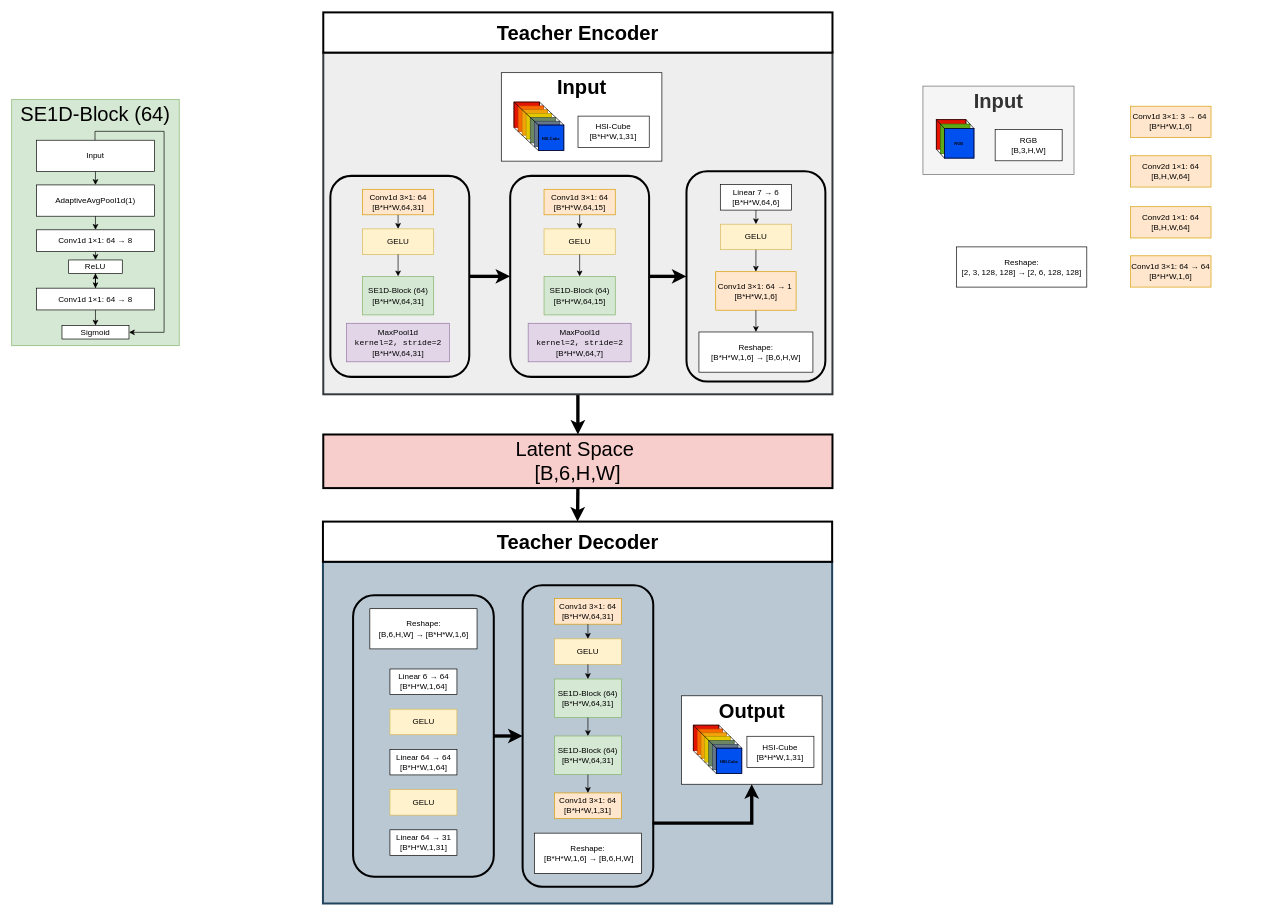
Kevb-source/diagramms.net keeps this draw.io diagram as HYDRA_v1.drawio. Above is the earlier version. Source tidied: cells renumbered, new cells numbered last; positions are measured from the earlier drawing's top-left corner, leaving out a move shared by most shapes. Both pictures are drawn from the tidied source at 67%, with x=0, y=0 at pixel (11, 12).
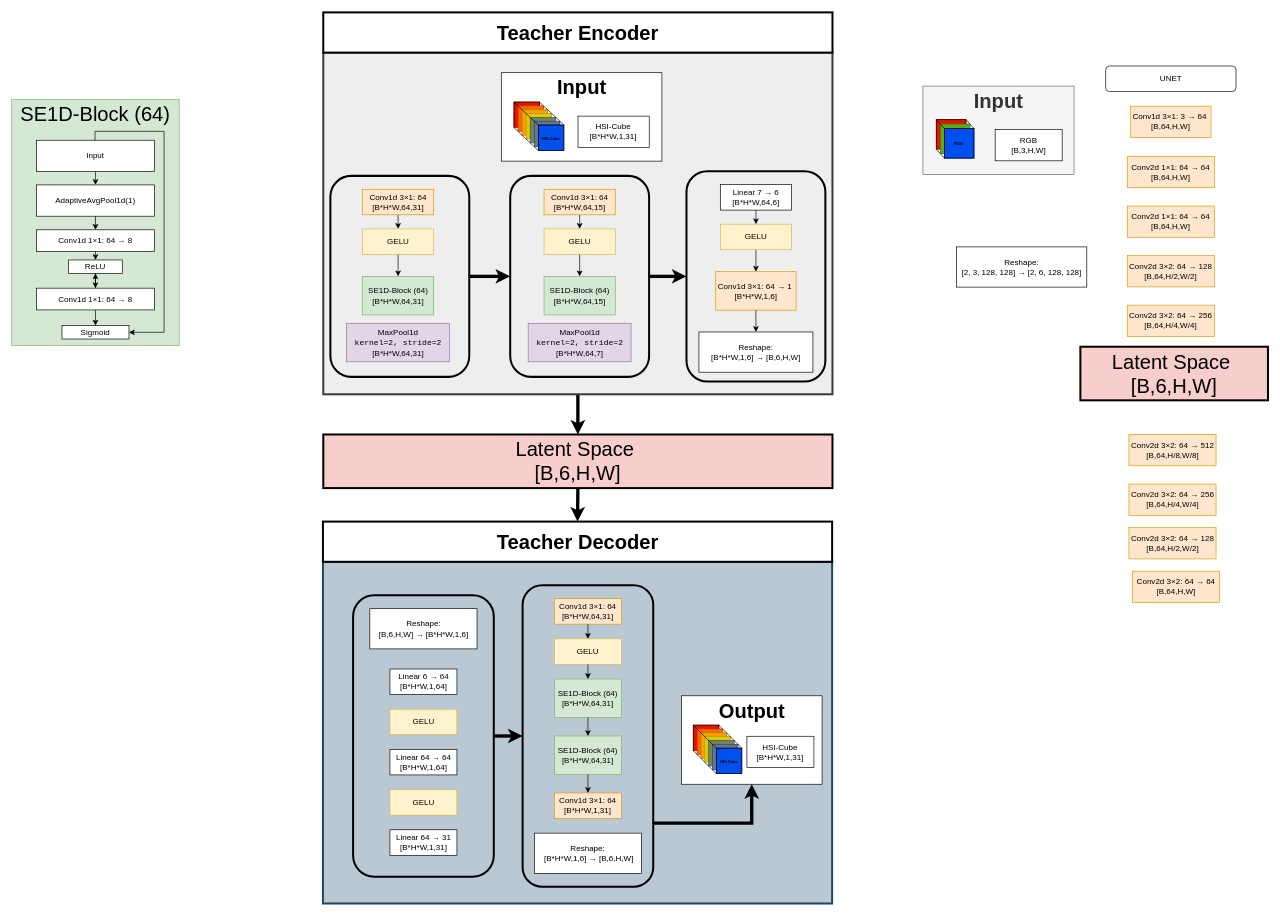
The same page after the edit.

The edit, as a diff of the source:
```diff
@@
+    <mxCell id="129" value="UNET" style="rounded=1;whiteSpace=wrap;html=1;" parent="1" vertex="1">
+      <mxGeometry x="1632.7" y="80" width="194.6" height="38.1" as="geometry" />
+    </mxCell>
@@
-    <mxCell id="125" value="&lt;div&gt;Conv1d 3×1: 3 → 64&amp;nbsp;&lt;/div&gt;&lt;div&gt;[B*H*W,1,6]&lt;/div&gt;" style="rounded=0;whiteSpace=wrap;html=1;fillColor=#ffe6cc;strokeColor=#d79b00;" parent="1" vertex="1">
+    <mxCell id="125" value="&lt;div&gt;Conv1d 3×1: 3 → 64&amp;nbsp;&lt;/div&gt;&lt;div&gt;[B,64,H,W]&lt;/div&gt;" style="rounded=0;whiteSpace=wrap;html=1;fillColor=#ffe6cc;strokeColor=#d79b00;" parent="1" vertex="1">
       <mxGeometry x="1670" y="140" width="120" height="46.7" as="geometry" />
     </mxCell>
-    <mxCell id="126" value="&lt;div&gt;Conv2d 1×1: 64&lt;/div&gt;&lt;div&gt;[B,H,W,64]&lt;/div&gt;" style="rounded=0;whiteSpace=wrap;html=1;fillColor=#ffe6cc;strokeColor=#d79b00;" parent="1" vertex="1">
-      <mxGeometry x="1670" y="214" width="120" height="46.7" as="geometry" />
+    <mxCell id="126" value="&lt;div&gt;Conv2d 1×1: 64&amp;nbsp;→ 64&lt;/div&gt;&lt;div&gt;[B,64,H,W]&lt;/div&gt;" style="rounded=0;whiteSpace=wrap;html=1;fillColor=#ffe6cc;strokeColor=#d79b00;" parent="1" vertex="1">
+      <mxGeometry x="1665" y="215" width="130" height="46.7" as="geometry" />
     </mxCell>
-    <mxCell id="127" value="&lt;div&gt;Conv2d 1×1: 64&lt;/div&gt;&lt;div&gt;[B,H,W,64]&lt;/div&gt;" style="rounded=0;whiteSpace=wrap;html=1;fillColor=#ffe6cc;strokeColor=#d79b00;" parent="1" vertex="1">
-      <mxGeometry x="1670" y="290" width="120" height="46.7" as="geometry" />
-    </mxCell>
-    <mxCell id="128" value="&lt;div&gt;Conv1d 3×1: 64&amp;nbsp;→ 64&lt;/div&gt;&lt;div&gt;[B*H*W,1,6]&lt;/div&gt;" style="rounded=0;whiteSpace=wrap;html=1;fillColor=#ffe6cc;strokeColor=#d79b00;" parent="1" vertex="1">
-      <mxGeometry x="1670" y="363.3" width="120" height="46.7" as="geometry" />
-    </mxCell>
+    <mxCell id="130" value="&lt;div&gt;Conv2d 1×1: 64&amp;nbsp;→ 64&lt;/div&gt;&lt;div&gt;[B,64,H,W]&lt;/div&gt;" style="rounded=0;whiteSpace=wrap;html=1;fillColor=#ffe6cc;strokeColor=#d79b00;" parent="1" vertex="1">
+      <mxGeometry x="1665" y="289" width="130" height="46.7" as="geometry" />
+    </mxCell>
+    <mxCell id="131" value="&lt;div&gt;Conv2d 3×2: 64&amp;nbsp;→ 128&lt;/div&gt;&lt;div&gt;[B,64,H/2,W/2]&lt;/div&gt;" style="rounded=0;whiteSpace=wrap;html=1;fillColor=#ffe6cc;strokeColor=#d79b00;" parent="1" vertex="1">
+      <mxGeometry x="1665" y="363" width="130" height="46.7" as="geometry" />
+    </mxCell>
+    <mxCell id="132" value="&lt;div&gt;Conv2d 3×2: 64&amp;nbsp;→ 256&lt;/div&gt;&lt;div&gt;[B,64,H/4,W/4]&lt;/div&gt;" style="rounded=0;whiteSpace=wrap;html=1;fillColor=#ffe6cc;strokeColor=#d79b00;" parent="1" vertex="1">
+      <mxGeometry x="1665" y="437" width="130" height="46.7" as="geometry" />
+    </mxCell>
+    <mxCell id="133" value="&lt;div&gt;Conv2d 3×2: 64&amp;nbsp;→ 512&lt;/div&gt;&lt;div&gt;[B,64,H/8,W/8]&lt;/div&gt;" style="rounded=0;whiteSpace=wrap;html=1;fillColor=#ffe6cc;strokeColor=#d79b00;" parent="1" vertex="1">
+      <mxGeometry x="1667.5" y="630" width="130" height="46.7" as="geometry" />
+    </mxCell>
+    <mxCell id="134" value="&lt;div&gt;Conv2d 3×2: 64&amp;nbsp;→ 256&lt;/div&gt;&lt;div&gt;[B,64,H/4,W/4]&lt;/div&gt;" style="rounded=0;whiteSpace=wrap;html=1;fillColor=#ffe6cc;strokeColor=#d79b00;" parent="1" vertex="1">
+      <mxGeometry x="1667.5" y="704" width="130" height="46.7" as="geometry" />
+    </mxCell>
+    <mxCell id="135" value="&lt;div&gt;Conv2d 3×2: 64&amp;nbsp;→ 128&lt;/div&gt;&lt;div&gt;[B,64,H/2,W/2]&lt;/div&gt;" style="rounded=0;whiteSpace=wrap;html=1;fillColor=#ffe6cc;strokeColor=#d79b00;" parent="1" vertex="1">
+      <mxGeometry x="1667.5" y="769" width="130" height="46.7" as="geometry" />
+    </mxCell>
+    <mxCell id="136" value="&lt;div&gt;Conv2d 3×2: 64&amp;nbsp;→ 64&lt;/div&gt;&lt;div&gt;[B,64,H,W]&lt;/div&gt;" style="rounded=0;whiteSpace=wrap;html=1;fillColor=#ffe6cc;strokeColor=#d79b00;" parent="1" vertex="1">
+      <mxGeometry x="1672.5" y="834" width="130" height="46.7" as="geometry" />
+    </mxCell>
+    <mxCell id="137" value="&lt;div&gt;&lt;font style=&quot;font-size: 30px;&quot;&gt;Latent Space&amp;nbsp;&lt;/font&gt;&lt;/div&gt;&lt;div&gt;&lt;font style=&quot;font-size: 30px;&quot;&gt;[B,6,H,W]&lt;/font&gt;&lt;/div&gt;" style="rounded=0;whiteSpace=wrap;html=1;fillColor=#f8cecc;strokeColor=#000000;strokeWidth=3;" parent="1" vertex="1">
+      <mxGeometry x="1595" y="499" width="280" height="80" as="geometry" />
+    </mxCell>
```
